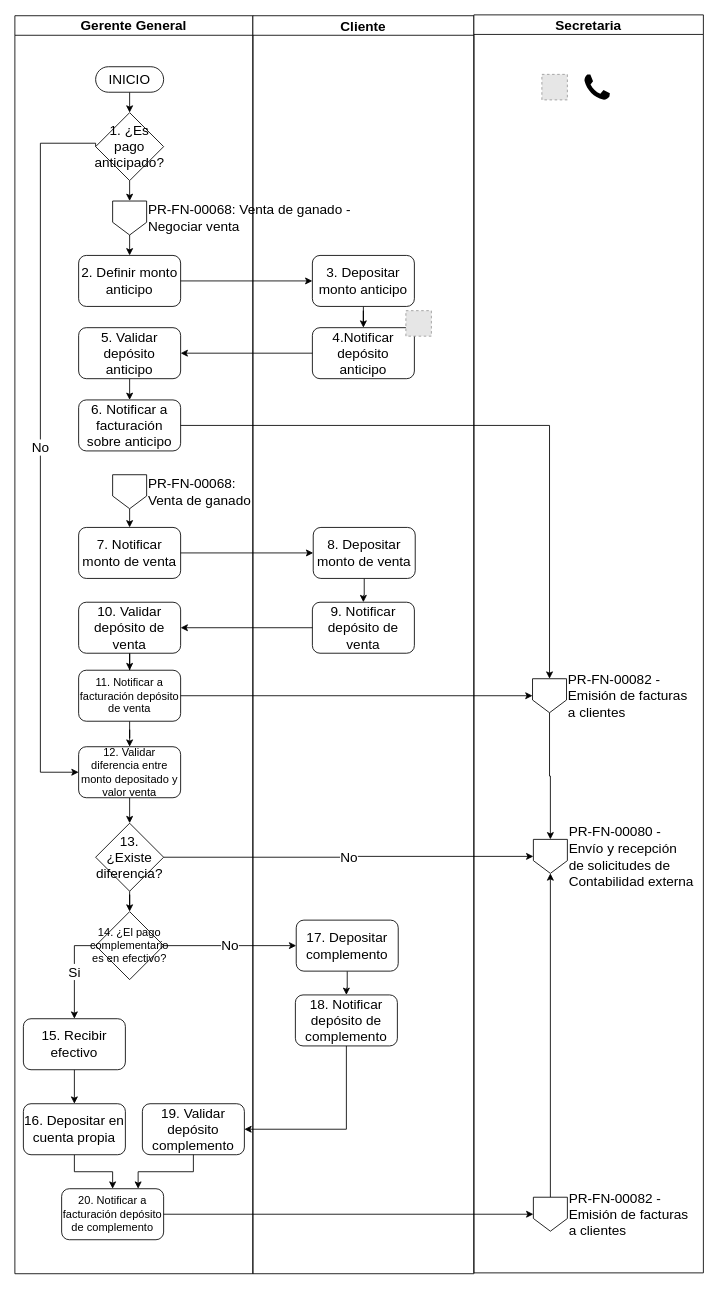
This is page "PR-FN-00078 - Cobro de venta de ganado" (6 of 6) of FSJB.drawio from prtigofn/Dev2.0, a draw.io file, before an edit. Source tidied: cells renumbered, new cells numbered last; positions are measured from the earlier drawing's top-left corner, leaving out a move shared by most shapes. Both pictures are drawn from the tidied source at 85%, with x=0, y=0 at pixel (14, 14). Pictures stored in the file or linked from it are replaced by grey dashed boxes.
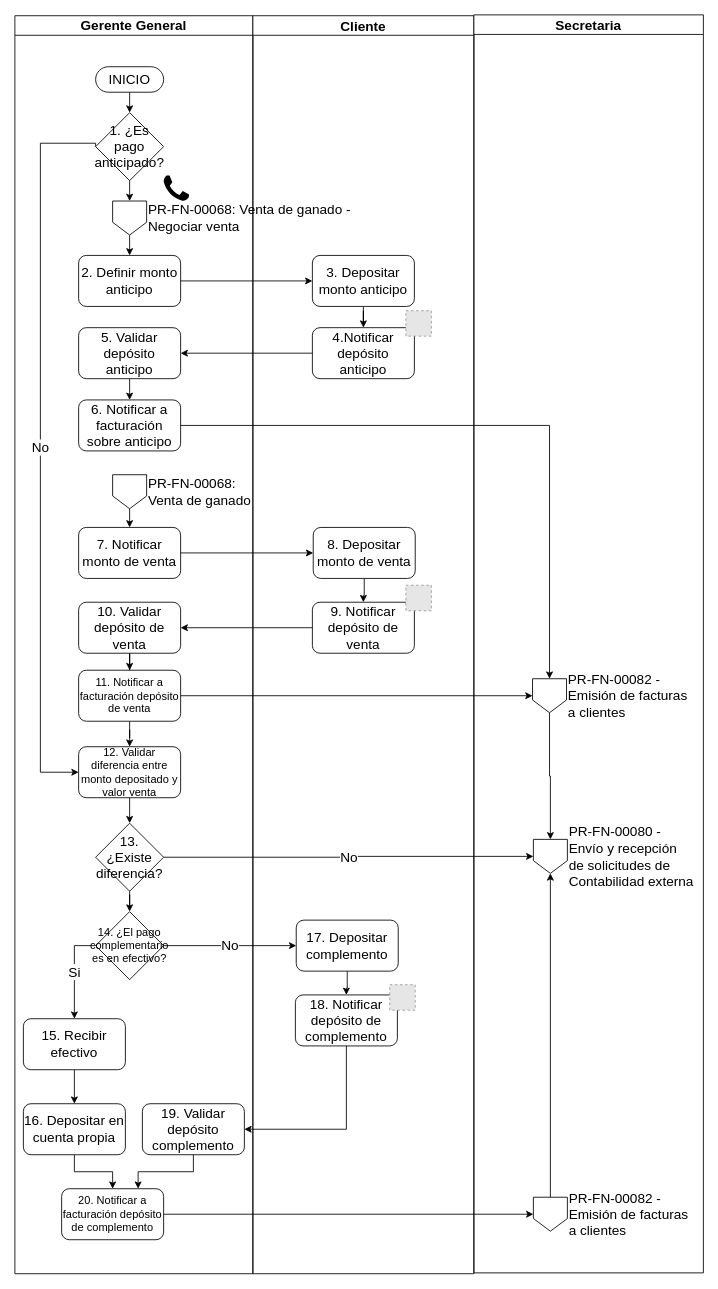
Above is the later version.

Unchanged cells that the change refers to:
```xml
<mxCell id="2" value="Gerente General" style="swimlane;whiteSpace=wrap;html=1;fontSize=16;verticalAlign=bottom;horizontal=1;" parent="1" vertex="1">
  <mxGeometry y="1" width="280" height="1480" as="geometry" />
</mxCell>
<mxCell id="37" value="Cliente" style="swimlane;whiteSpace=wrap;html=1;fontSize=16;" parent="1" vertex="1">
  <mxGeometry x="280" y="1" width="260" height="1480" as="geometry" />
</mxCell>
<mxCell id="48" value="Secretaria" style="swimlane;whiteSpace=wrap;html=1;fontSize=16;" parent="1" vertex="1">
  <mxGeometry x="540" width="270" height="1480" as="geometry" />
</mxCell>
```

What changed in the source:
```diff
@@
+    <mxCell id="49" style="dashed=0;html=1;align=center;labelPosition=center;verticalLabelPosition=bottom;verticalAlign=top;shape=mxgraph.weblogos.phone;fillColor=#000000;strokeColor=none;fontSize=16;" parent="2" vertex="1">
+      <mxGeometry x="175" y="188" width="30" height="30" as="geometry" />
+    </mxCell>
@@
+    <mxCell id="63" style="fillColor=#E6E6E6;strokeColor=#999999;dashed=1;html=1;verticalAlign=top;verticalLabelPosition=bottom;labelBackgroundColor=#ffffff;fontSize=16;" parent="37" vertex="1">
+      <mxGeometry x="180" y="670" width="30" height="30" as="geometry" />
+    </mxCell>
+    <mxCell id="64" style="fillColor=#E6E6E6;strokeColor=#999999;dashed=1;html=1;verticalAlign=top;verticalLabelPosition=bottom;labelBackgroundColor=#ffffff;fontSize=16;" parent="37" vertex="1">
+      <mxGeometry x="161" y="1140" width="30" height="30" as="geometry" />
+    </mxCell>
@@
-    <mxCell id="49" style="dashed=0;html=1;align=center;labelPosition=center;verticalLabelPosition=bottom;verticalAlign=top;shape=mxgraph.weblogos.phone;fillColor=#000000;strokeColor=none;fontSize=16;" parent="48" vertex="1">
-      <mxGeometry x="130" y="70" width="30" height="30" as="geometry" />
-    </mxCell>
-    <mxCell id="50" style="fillColor=#E6E6E6;strokeColor=#999999;dashed=1;html=1;verticalAlign=top;verticalLabelPosition=bottom;labelBackgroundColor=#ffffff;fontSize=16;" parent="48" vertex="1">
-      <mxGeometry x="80" y="70" width="30" height="30" as="geometry" />
-    </mxCell>
```
